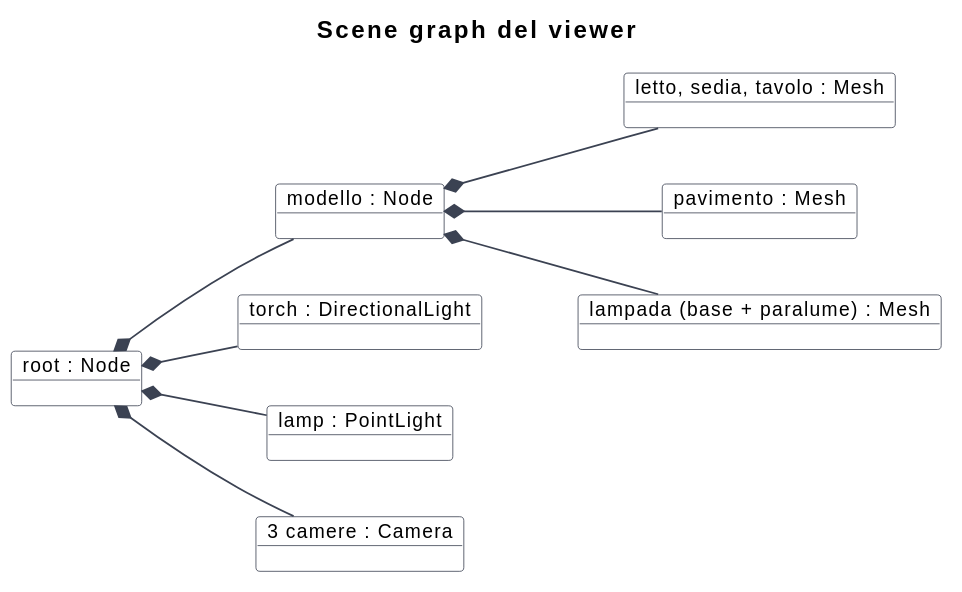
This is doc/uml/04_scene_graph.svg from Alex111145/CompGraph, a PlantUML export, as it was before one commit.
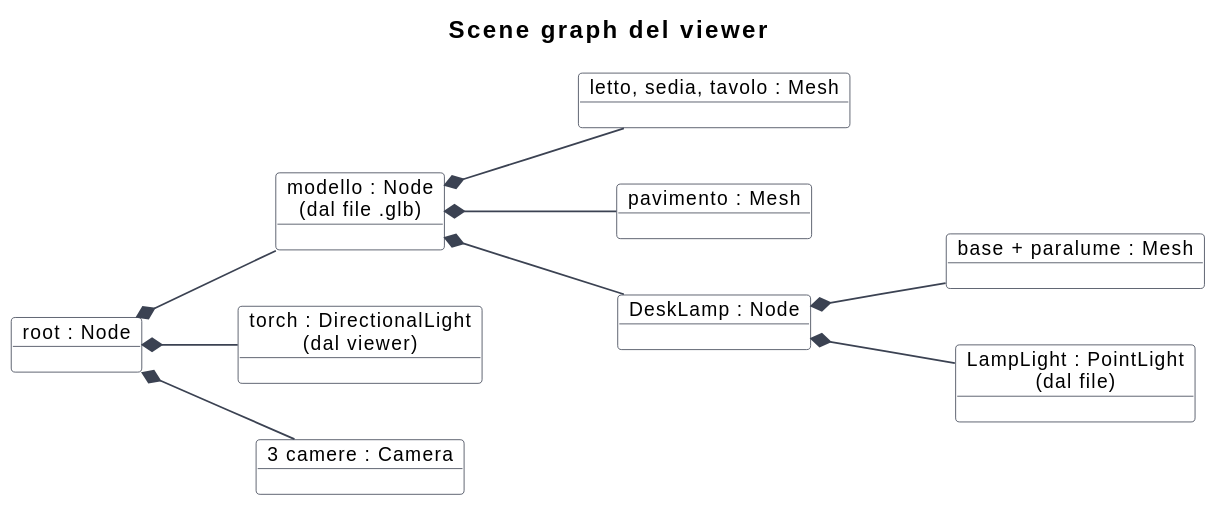
After the change.

Diff of the diagram source:
```diff
@@ -4,19 +4,21 @@
 left to right direction
 
 object "root : Node" as root
-object "modello : Node" as model
+object "modello : Node\n(dal file .glb)" as model
 object "letto, sedia, tavolo : Mesh" as bed
 object "pavimento : Mesh" as floor
-object "lampada (base + paralume) : Mesh" as desklamp
-object "torch : DirectionalLight" as torch
-object "lamp : PointLight" as lamp
+object "DeskLamp : Node" as desk
+object "base + paralume : Mesh" as desklamp
+object "LampLight : PointLight\n(dal file)" as lamp
+object "torch : DirectionalLight\n(dal viewer)" as torch
 object "3 camere : Camera" as cams
 
 root *-- model
 root *-- torch
-root *-- lamp
 root *-- cams
 model *-- bed
 model *-- floor
-model *-- desklamp
+model *-- desk
+desk *-- desklamp
+desk *-- lamp
 @enduml
```
